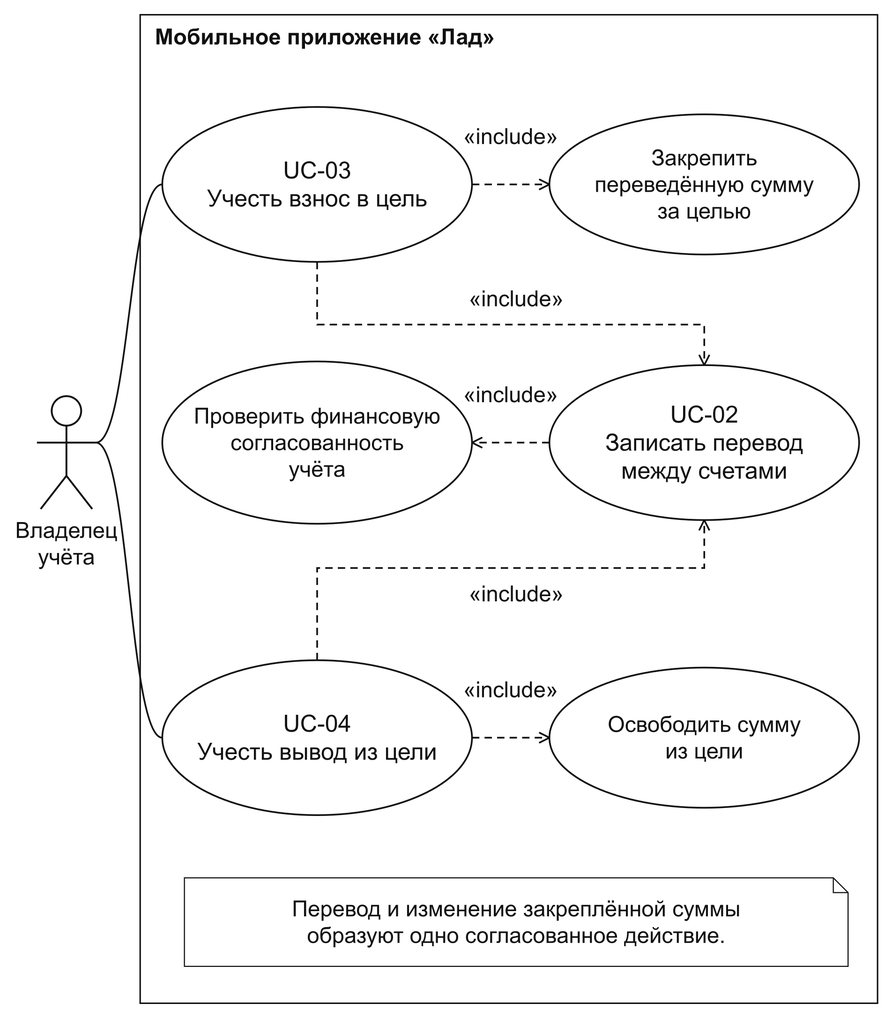
Above: output/thesis/figures/02-use-cases-goals.png in Tiroras/lad-finance (PlantUML), before the change. Its source is kept beside it as output/thesis/figures/02-use-cases-goals.puml.
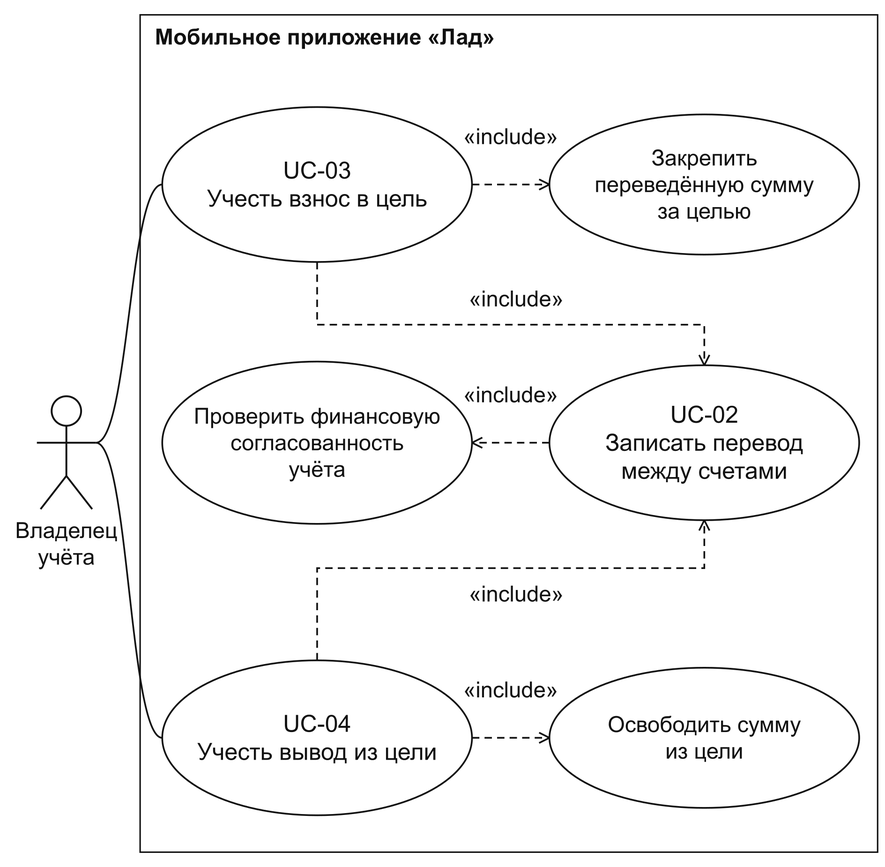
After the change.

Diff of the diagram source:
```diff
@@ -19,5 +19,4 @@
 U4 ..> U2 : <<include>>
 U4 ..> H9 : <<include>>
 U2 ..> H5 : <<include>>
-note "Перевод и изменение закреплённой суммы\nобразуют одно согласованное действие." as N1
 @enduml
```
